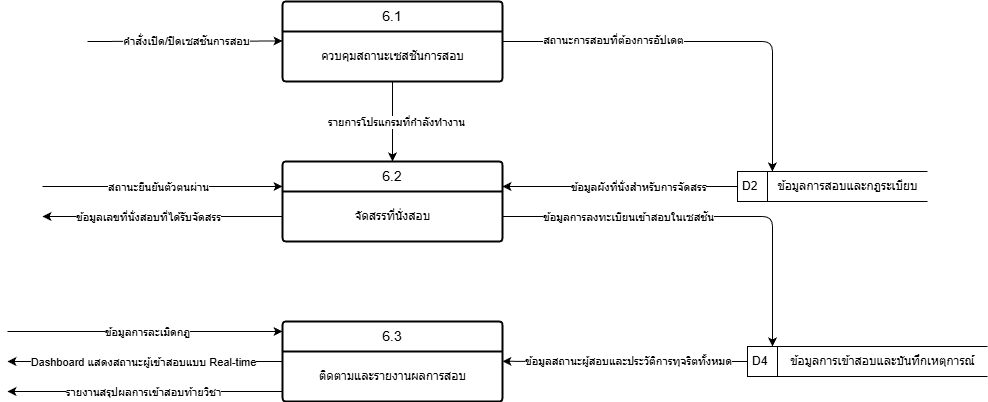
Earlier version of the draw.io export diagram_now/diagran_picture/DFD2_6_1.png (PatcharaphonKoosomsarp/FACE-EXAM). Source tidied: cells renumbered, new cells last; positions are measured from the earlier drawing's top-left corner, leaving out a move shared by most shapes.
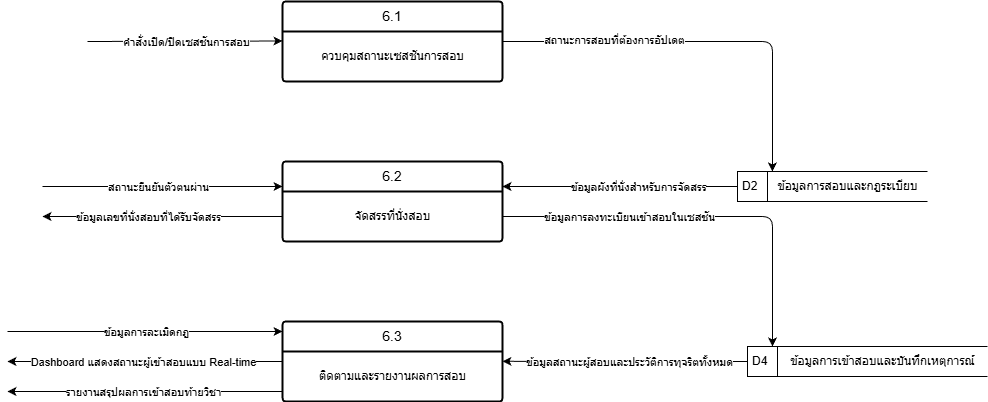
Above is the later version.

Diff of the diagram source:
```diff
@@ -41,14 +41,6 @@
         <mxPoint y="-1" as="offset" />
       </mxGeometry>
     </mxCell>
-    <mxCell id="12" style="edgeStyle=none;html=1;entryX=0.5;entryY=0;entryDx=0;entryDy=0;" parent="1" edge="1" source="3" target="4">
-      <mxGeometry relative="1" as="geometry" />
-    </mxCell>
-    <mxCell id="13" value="รายการโปรแกรมที่กำลังทำงาน" style="edgeLabel;html=1;align=center;verticalAlign=middle;" parent="12" vertex="1">
-      <mxGeometry x="-0.23" y="3" relative="1" as="geometry">
-        <mxPoint y="9" as="offset" />
-      </mxGeometry>
-    </mxCell>
     <mxCell id="14" style="group;" parent="1" vertex="1">
       <mxGeometry x="730" y="170" width="190" height="30" as="geometry" />
     </mxCell>
```
